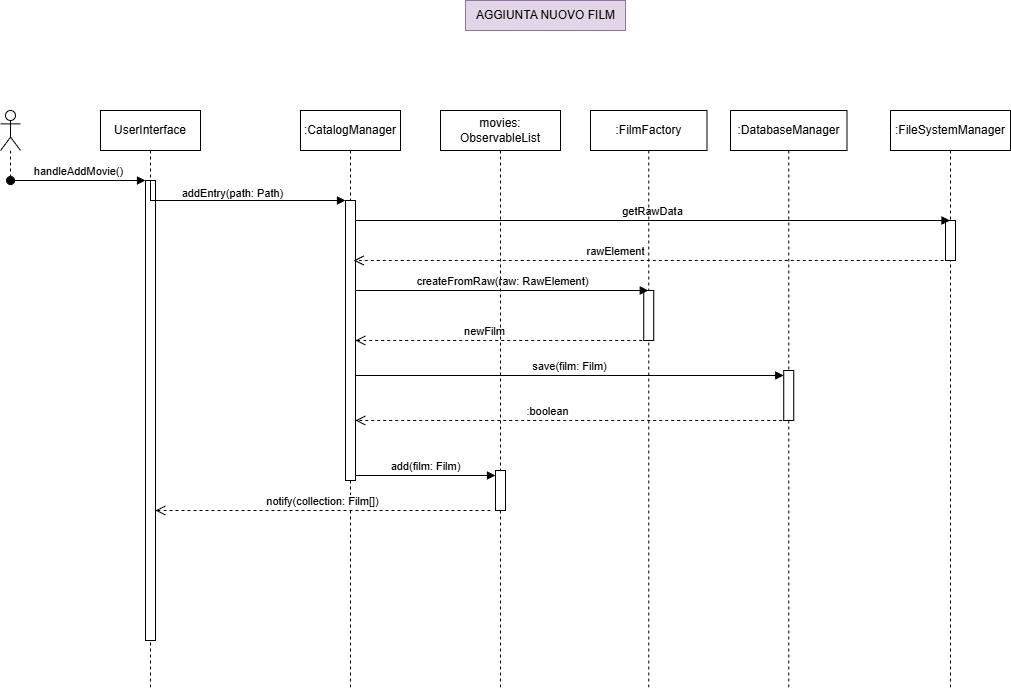
Michele-Arnoni/Cine-Rolodex keeps this draw.io diagram as src/main/docs/Sequence Diagram.drawio.png. Above is the earlier version. Source tidied: cells renumbered, new cells last; positions are measured from the earlier drawing's top-left corner, leaving out a move shared by most shapes.
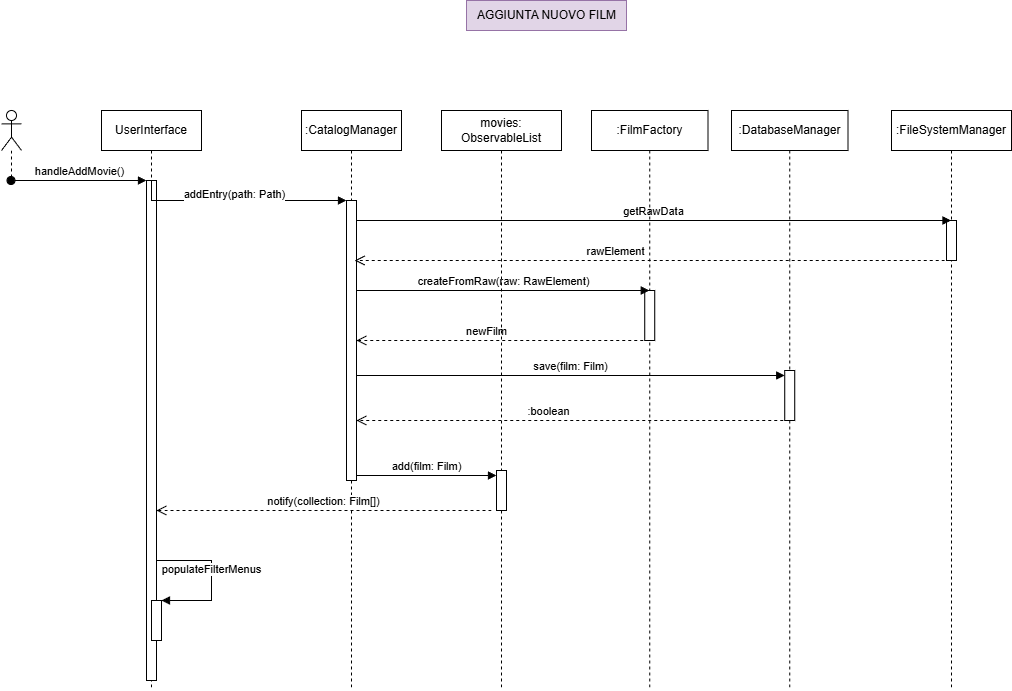
The same file after the commit.

Commit message:
docs: Aggiorna il Sequence Diagram di "Rimozione film". Working on #12

Change to the diagram source:
```diff
@@ -9,8 +9,19 @@
       <mxGeometry x="100" y="110" width="100" height="580" as="geometry" />
     </mxCell>
     <mxCell id="4" style="html=1;points=[[0,0,0,0,5],[0,1,0,0,-5],[1,0,0,0,5],[1,1,0,0,-5]];perimeter=orthogonalPerimeter;outlineConnect=0;targetShapes=umlLifeline;portConstraint=eastwest;newEdgeStyle={&quot;curved&quot;:0,&quot;rounded&quot;:0};" parent="3" vertex="1">
-      <mxGeometry x="45" y="70" width="10" height="460" as="geometry" />
+      <mxGeometry x="45" y="70" width="10" height="500" as="geometry" />
     </mxCell>
+    <mxCell id="27" value="populateFilterMenus" style="html=1;verticalAlign=bottom;endArrow=block;rounded=0;edgeStyle=orthogonalEdgeStyle;" parent="3" edge="1" source="4" target="28">
+      <mxGeometry relative="1" as="geometry">
+        <Array as="points">
+          <mxPoint x="110" y="450" />
+          <mxPoint x="110" y="490" />
+        </Array>
+      </mxGeometry>
+    </mxCell>
+    <mxCell id="28" style="html=1;points=[[0,0,0,0,5],[0,1,0,0,-5],[1,0,0,0,5],[1,1,0,0,-5]];perimeter=orthogonalPerimeter;outlineConnect=0;targetShapes=umlLifeline;portConstraint=eastwest;newEdgeStyle={&quot;curved&quot;:0,&quot;rounded&quot;:0};" parent="3" vertex="1">
+      <mxGeometry x="50" y="490" width="10" height="40" as="geometry" />
+    </mxCell>
     <mxCell id="5" value=":CatalogManager" style="shape=umlLifeline;perimeter=lifelinePerimeter;whiteSpace=wrap;html=1;newEdgeStyle={&quot;edgeStyle&quot;:&quot;elbowEdgeStyle&quot;,&quot;elbow&quot;:&quot;vertical&quot;,&quot;curved&quot;:0,&quot;rounded&quot;:0};" parent="1" vertex="1">
       <mxGeometry x="300" y="110" width="100" height="580" as="geometry" />
     </mxCell>
```
